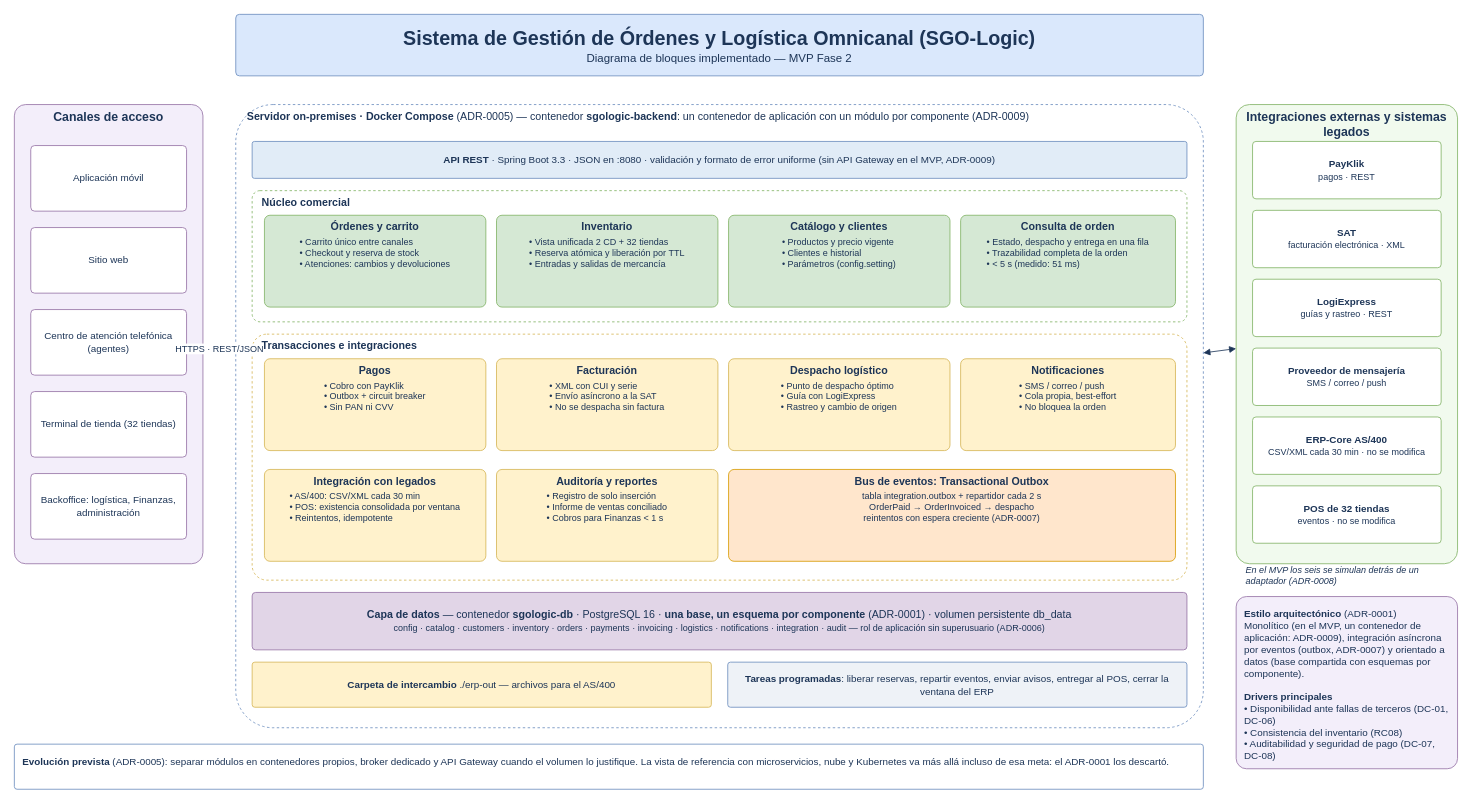
jRodas497/AYD2_A_2S2025_PROYECTO_G3 keeps this draw.io diagram as FASE 2/DRAWIO/Diagrama-Bloques-Implementado-SGO-Logic-Fase2.drawio. Above is the earlier version. Source tidied: cells renumbered, new cells numbered last; positions are measured from the earlier drawing's top-left corner, leaving out a move shared by most shapes. Both pictures are drawn from the tidied source at 82%, with x=0, y=0 at pixel (14, 14).
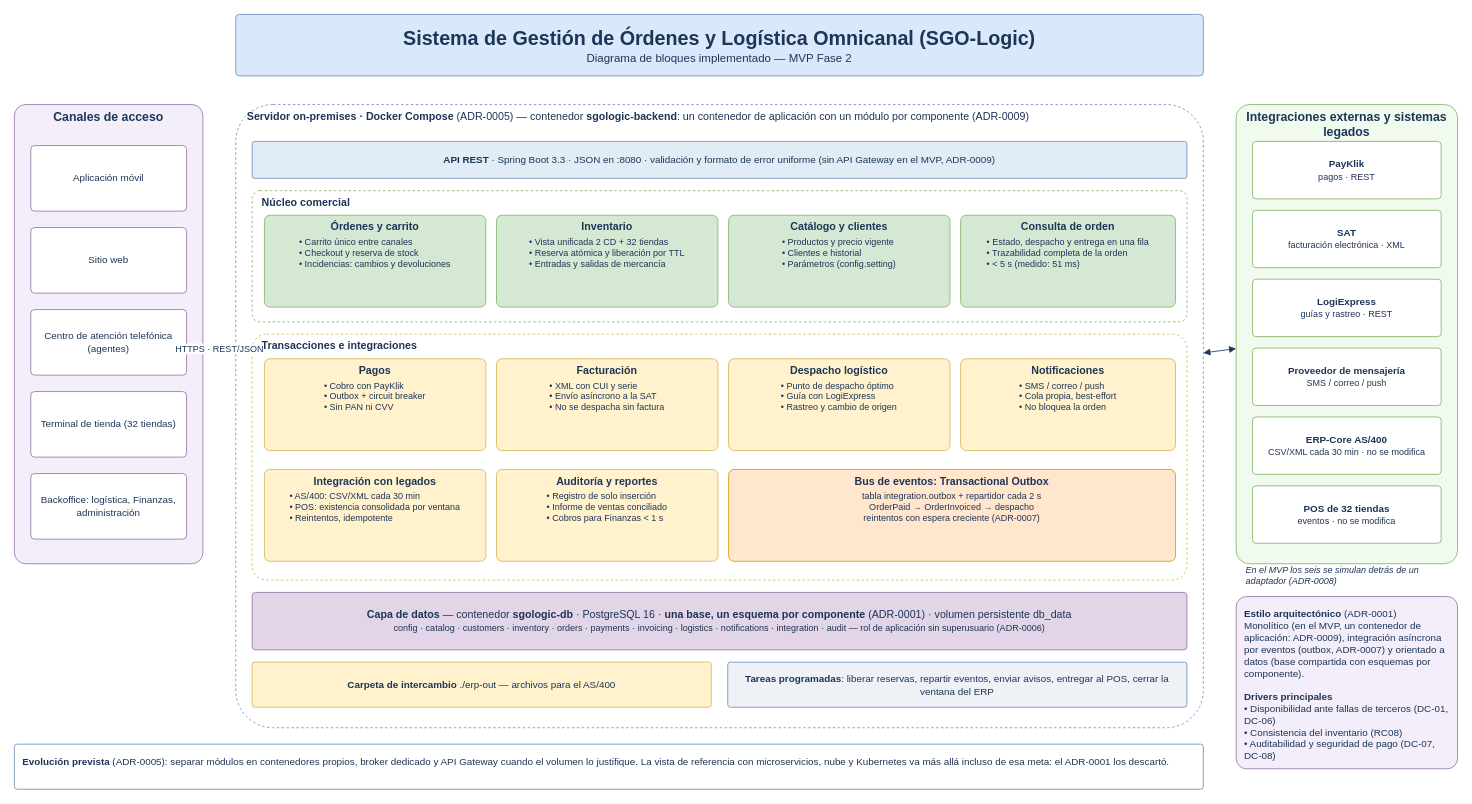
Above is the later version.

Commit message (it also covers changes not shown here):
202109114: se alinearon los diagramas con las incidencias integradas y la migracion V8

What changed in the source:
```diff
@@
-    <mxCell id="12" value="&lt;b&gt;Órdenes y carrito&lt;/b&gt;&lt;div style='text-align:left;font-size:11px;margin-top:4px'&gt;• Carrito único entre canales&lt;br&gt;• Checkout y reserva de stock&lt;br&gt;• Atenciones: cambios y devoluciones&lt;/div&gt;" style="rounded=1;whiteSpace=wrap;html=1;fontColor=#1D3557;arcSize=6;fillColor=#D5E8D4;strokeColor=#82B366;fontSize=13;verticalAlign=top;" parent="1" vertex="1">
+    <mxCell id="12" value="&lt;b&gt;Órdenes y carrito&lt;/b&gt;&lt;div style='text-align:left;font-size:11px;margin-top:4px'&gt;• Carrito único entre canales&lt;br&gt;• Checkout y reserva de stock&lt;br&gt;• Incidencias: cambios y devoluciones&lt;/div&gt;" style="rounded=1;whiteSpace=wrap;html=1;fontColor=#1D3557;arcSize=6;fillColor=#D5E8D4;strokeColor=#82B366;fontSize=13;verticalAlign=top;" parent="1" vertex="1">
       <mxGeometry x="305" y="245" width="270" height="112" as="geometry" />
     </mxCell>
```
